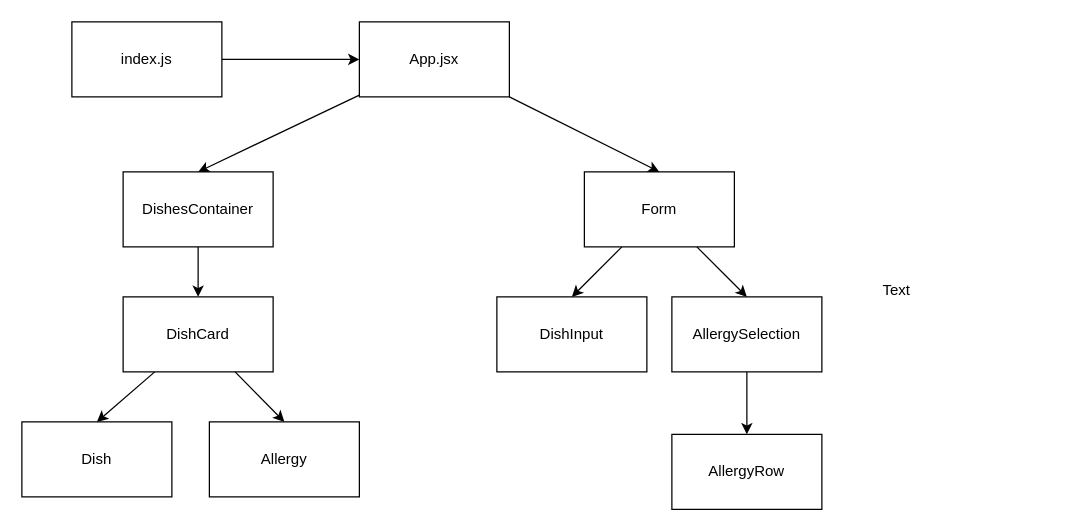
This is public/v1.drawio from matthewkohn/allergy-tracker-client, a draw.io file, before an edit. Source tidied: cells renumbered, new cells numbered last; positions are measured from the earlier drawing's top-left corner, leaving out a move shared by most shapes. Both pictures are drawn from the tidied source at 125%, with x=0, y=0 at pixel (21, 21).
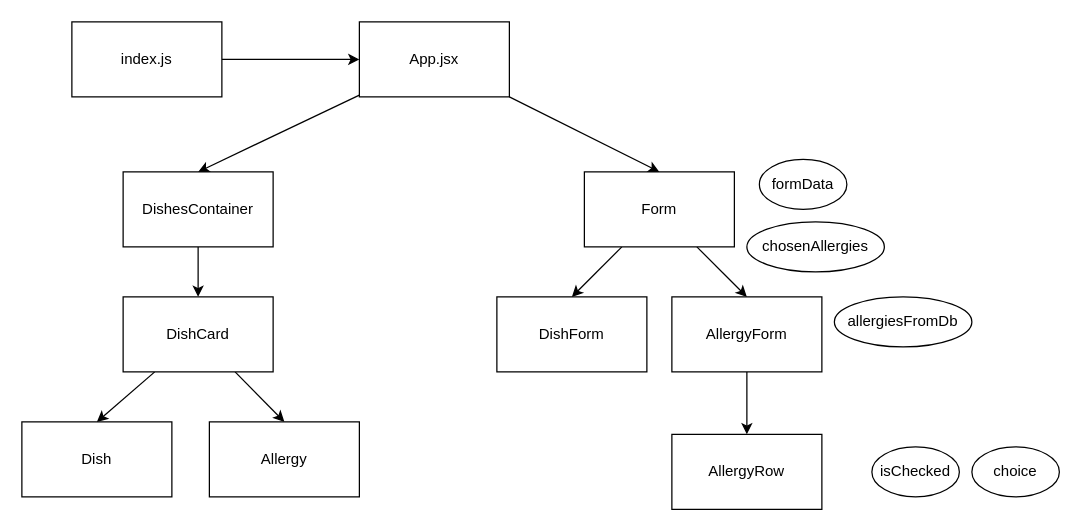
The same diagram, later.

Commit message (it also covers changes not shown here):
Fix format of object updating formData's allergy_ids array in Form component

Diff of the diagram source:
```diff
@@
-    <mxCell id="17" value="DishInput" style="rounded=0;whiteSpace=wrap;html=1;" parent="1" vertex="1">
+    <mxCell id="17" value="DishForm" style="rounded=0;whiteSpace=wrap;html=1;" parent="1" vertex="1">
       <mxGeometry x="380" y="220" width="120" height="60" as="geometry" />
     </mxCell>
@@
-    <mxCell id="19" value="AllergySelection" style="rounded=0;whiteSpace=wrap;html=1;" parent="1" vertex="1">
+    <mxCell id="19" value="AllergyForm" style="rounded=0;whiteSpace=wrap;html=1;" parent="1" vertex="1">
       <mxGeometry x="520" y="220" width="120" height="60" as="geometry" />
     </mxCell>
@@
-    <mxCell id="21" value="Text" style="text;html=1;strokeColor=none;fillColor=none;align=center;verticalAlign=middle;whiteSpace=wrap;rounded=0;" parent="1" vertex="1">
-      <mxGeometry x="670" y="200" width="60" height="30" as="geometry" />
-    </mxCell>
+    <mxCell id="22" value="formData" style="ellipse;whiteSpace=wrap;html=1;" parent="1" vertex="1">
+      <mxGeometry x="590" y="110" width="70" height="40" as="geometry" />
+    </mxCell>
+    <mxCell id="23" value="chosenAllergies" style="ellipse;whiteSpace=wrap;html=1;" parent="1" vertex="1">
+      <mxGeometry x="580" y="160" width="110" height="40" as="geometry" />
+    </mxCell>
+    <mxCell id="24" value="choice" style="ellipse;whiteSpace=wrap;html=1;" parent="1" vertex="1">
+      <mxGeometry x="760" y="340" width="70" height="40" as="geometry" />
+    </mxCell>
+    <mxCell id="25" value="allergiesFromDb" style="ellipse;whiteSpace=wrap;html=1;" parent="1" vertex="1">
+      <mxGeometry x="650" y="220" width="110" height="40" as="geometry" />
+    </mxCell>
+    <mxCell id="26" value="isChecked" style="ellipse;whiteSpace=wrap;html=1;" parent="1" vertex="1">
+      <mxGeometry x="680" y="340" width="70" height="40" as="geometry" />
+    </mxCell>
```
